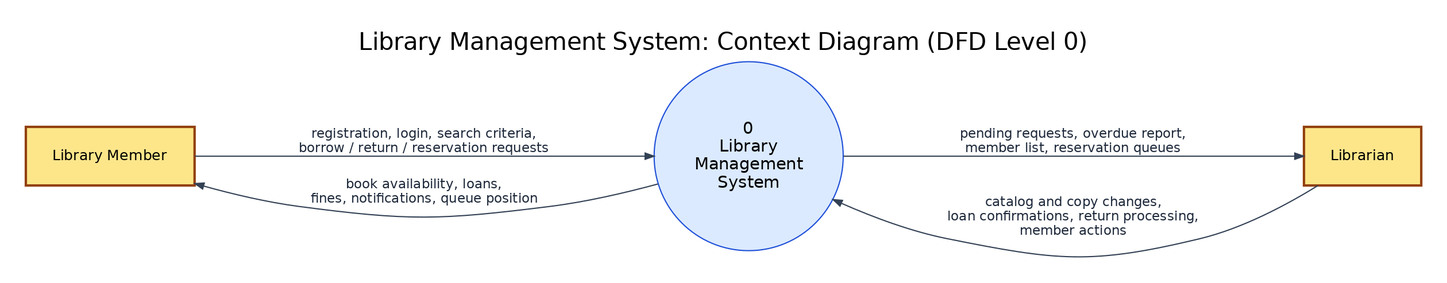
Above: diagrams/dfd0.png in Hassan3443/library-management-system (Graphviz), before the change. Its source is kept beside it as diagrams/dfd0.dot.
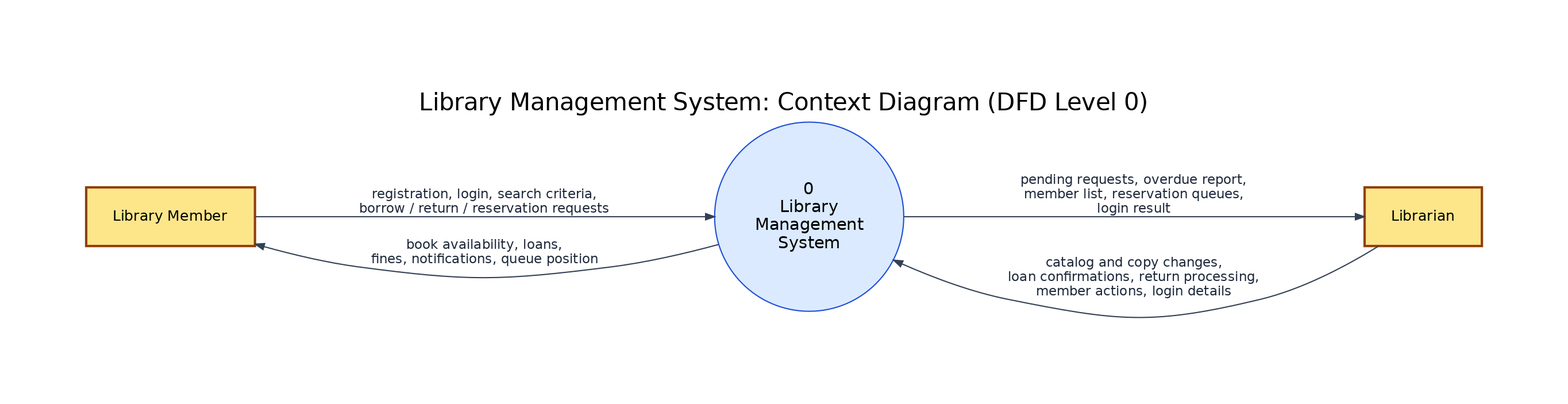
The same file after the commit.

Change to the diagram source:
```diff
@@ -1,5 +1,5 @@
 digraph DFD0 {
-  graph [rankdir=LR, nodesep=1, ranksep=2.4, fontname="Helvetica", labelloc=t, fontsize=20, label="Library Management System: Context Diagram (DFD Level 0)\n", dpi=150, pad=0.3, bgcolor=white];
+  graph [rankdir=LR, nodesep=1, ranksep=2.4, fontname="Helvetica", labelloc=t, fontsize=20, label="Library Management System: Context Diagram (DFD Level 0)\n", dpi=150, pad=0.7, margin=0.3, bgcolor=white];
   node [fontname="Helvetica", fontsize=12];
   edge [fontname="Helvetica", fontsize=11, color="#334155", fontcolor="#1e293b", arrowsize=0.75];
   M [label="Library Member", shape=box, style="filled,bold", fillcolor="#fde68a", color="#92400e", margin="0.3,0.25"];
@@ -7,6 +7,6 @@
   S [label="0\nLibrary\nManagement\nSystem", shape=circle, style=filled, fillcolor="#dbeafe", color="#1d4ed8", width=2.2, fixedsize=true, fontsize=14];
   M -> S [label="registration, login, search criteria,\nborrow / return / reservation requests"];
   S -> M [label="book availability, loans,\nfines, notifications, queue position"];
-  L -> S [label="catalog and copy changes,\nloan confirmations, return processing,\nmember actions"];
-  S -> L [label="pending requests, overdue report,\nmember list, reservation queues"];
+  L -> S [label="catalog and copy changes,\nloan confirmations, return processing,\nmember actions, login details"];
+  S -> L [label="pending requests, overdue report,\nmember list, reservation queues,\nlogin result"];
 }
```
